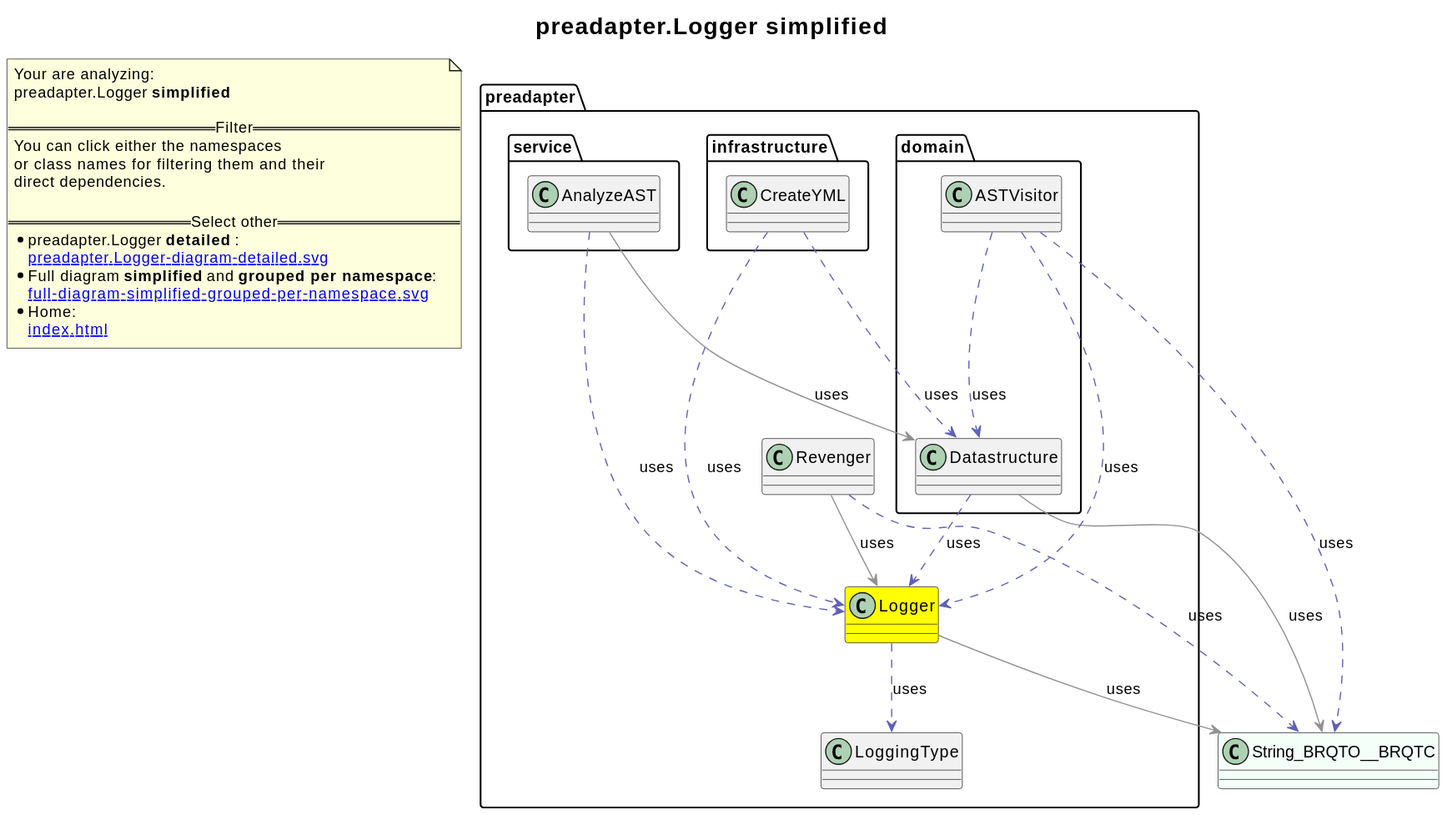
Before: revenger-java-adapter.out/preadapter.Logger-diagram-simplified.svg, a diagram exported from PlantUML (2BlackCoffees/revenger). Source of this version:
```plantuml
@startuml
title <size:20>preadapter.Logger **simplified** </size>
note "Your are analyzing:\npreadapter.Logger **simplified** \n\n==Filter==\nYou can click either the namespaces \nor class names for filtering them and their\ndirect dependencies.\n\n==Select other==\n* preadapter.Logger **detailed** :\n   [[preadapter.Logger-diagram-detailed.svg]]\n* Full diagram **simplified** and **grouped per namespace**:\n   [[full-diagram-simplified-grouped-per-namespace.svg]]\n* Home:\n   [[index.html]]" as FloatingNote
class String_BRQTO__BRQTC [[String_BRQTO__BRQTC-diagram-simplified.svg]] #MintCream {
}
class preadapter.Logger [[preadapter.Logger-diagram-simplified.svg]] #yellow {
}
class preadapter.LoggingType [[preadapter.LoggingType-diagram-simplified.svg]]  {
}
class preadapter.Revenger [[preadapter.Revenger-diagram-simplified.svg]]  {
}
  class preadapter.domain.Datastructure [[preadapter.domain.Datastructure-diagram-simplified.svg]]  {
  }
  class preadapter.domain.ASTVisitor [[preadapter.domain.ASTVisitor-diagram-simplified.svg]]  {
  }
  class preadapter.infrastructure.CreateYML [[preadapter.infrastructure.CreateYML-diagram-simplified.svg]]  {
  }
  class preadapter.service.AnalyzeAST [[preadapter.service.AnalyzeAST-diagram-simplified.svg]]  {
  }
preadapter.Logger .[#6060BB].> preadapter.LoggingType  : uses
preadapter.Logger -[#909090]-> String_BRQTO__BRQTC  : uses
preadapter.Revenger .[#6060BB].> String_BRQTO__BRQTC  : uses
preadapter.Revenger -[#909090]-> preadapter.Logger  : uses
preadapter.domain.Datastructure .[#6060BB].> preadapter.Logger  : uses
preadapter.domain.Datastructure -[#909090]-> String_BRQTO__BRQTC  : uses
preadapter.domain.ASTVisitor .[#6060BB].> preadapter.Logger  : uses
preadapter.domain.ASTVisitor .[#6060BB].> preadapter.domain.Datastructure  : uses
preadapter.domain.ASTVisitor .[#6060BB].> String_BRQTO__BRQTC  : uses
preadapter.infrastructure.CreateYML .[#6060BB].> preadapter.domain.Datastructure  : uses
preadapter.infrastructure.CreateYML .[#6060BB].> preadapter.Logger  : uses
preadapter.service.AnalyzeAST .[#6060BB].> preadapter.Logger  : uses
preadapter.service.AnalyzeAST -[#909090]-> preadapter.domain.Datastructure  : uses
@enduml
```
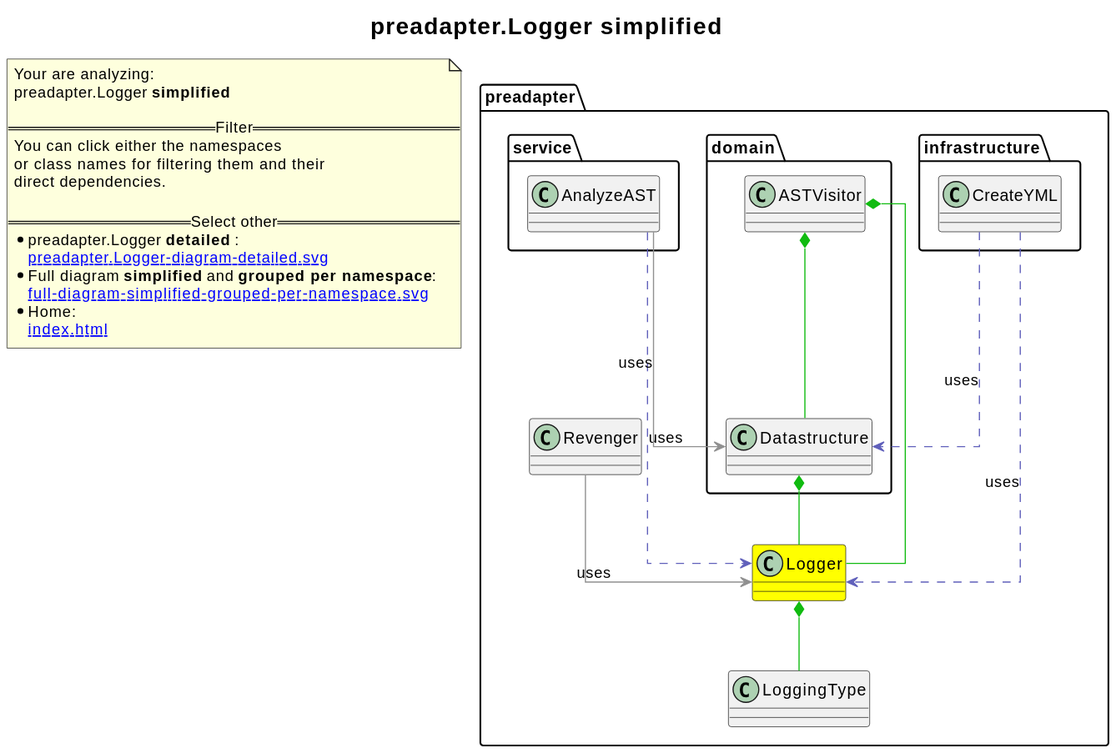
The same diagram one commit later.

Diff of the diagram source:
```diff
@@ -1,8 +1,7 @@
 @startuml
+skinparam linetype ortho
 title <size:20>preadapter.Logger **simplified** </size>
 note "Your are analyzing:\npreadapter.Logger **simplified** \n\n==Filter==\nYou can click either the namespaces \nor class names for filtering them and their\ndirect dependencies.\n\n==Select other==\n* preadapter.Logger **detailed** :\n   [[preadapter.Logger-diagram-detailed.svg]]\n* Full diagram **simplified** and **grouped per namespace**:\n   [[full-diagram-simplified-grouped-per-namespace.svg]]\n* Home:\n   [[index.html]]" as FloatingNote
-class String_BRQTO__BRQTC [[String_BRQTO__BRQTC-diagram-simplified.svg]] #MintCream {
-}
 class preadapter.Logger [[preadapter.Logger-diagram-simplified.svg]] #yellow {
 }
 class preadapter.LoggingType [[preadapter.LoggingType-diagram-simplified.svg]]  {
@@ -17,15 +16,11 @@
   }
   class preadapter.service.AnalyzeAST [[preadapter.service.AnalyzeAST-diagram-simplified.svg]]  {
   }
-preadapter.Logger .[#6060BB].> preadapter.LoggingType  : uses
-preadapter.Logger -[#909090]-> String_BRQTO__BRQTC  : uses
-preadapter.Revenger .[#6060BB].> String_BRQTO__BRQTC  : uses
+preadapter.Logger *-[#10BB10]- preadapter.LoggingType
 preadapter.Revenger -[#909090]-> preadapter.Logger  : uses
-preadapter.domain.Datastructure .[#6060BB].> preadapter.Logger  : uses
-preadapter.domain.Datastructure -[#909090]-> String_BRQTO__BRQTC  : uses
-preadapter.domain.ASTVisitor .[#6060BB].> preadapter.Logger  : uses
-preadapter.domain.ASTVisitor .[#6060BB].> preadapter.domain.Datastructure  : uses
-preadapter.domain.ASTVisitor .[#6060BB].> String_BRQTO__BRQTC  : uses
+preadapter.domain.Datastructure *-[#10BB10]- preadapter.Logger
+preadapter.domain.ASTVisitor *-[#10BB10]- preadapter.Logger
+preadapter.domain.ASTVisitor *-[#10BB10]- preadapter.domain.Datastructure
 preadapter.infrastructure.CreateYML .[#6060BB].> preadapter.domain.Datastructure  : uses
 preadapter.infrastructure.CreateYML .[#6060BB].> preadapter.Logger  : uses
 preadapter.service.AnalyzeAST .[#6060BB].> preadapter.Logger  : uses
```
